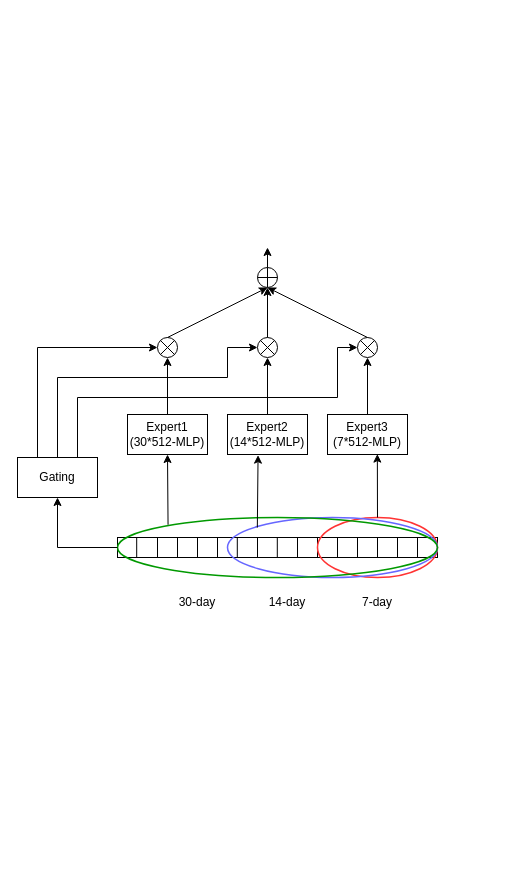
Above: 未命名绘图.drawio in HALF111/Research_figures (draw.io), before the change. Source tidied: cells renumbered, new cells numbered last; positions are measured from the earlier drawing's top-left corner, leaving out a move shared by most shapes. Both pictures are drawn from the tidied source at 100%, with x=0, y=0 at pixel (17, 247).
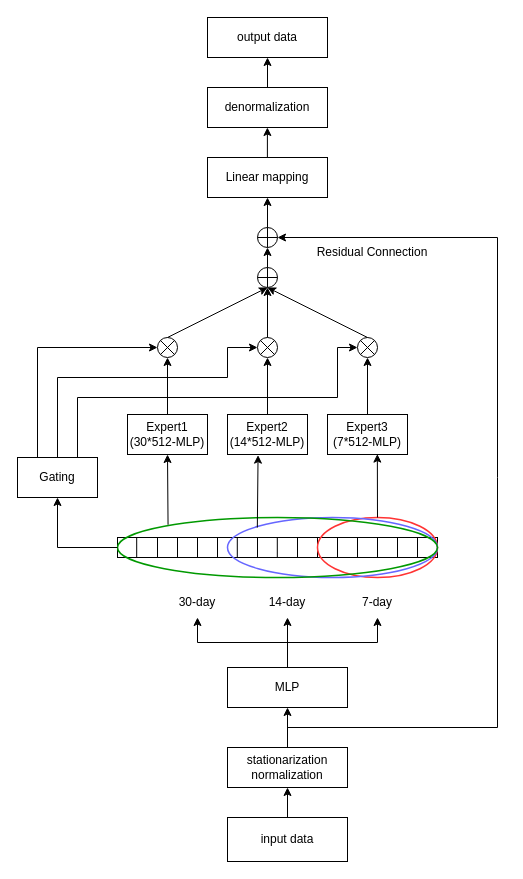
The same diagram, later.

Commit message:
更新未命名绘图.drawio

The change refers to these unchanged cells:
```xml
<mxCell id="21" value="7-day" style="text;html=1;strokeColor=none;fillColor=none;align=center;verticalAlign=middle;whiteSpace=wrap;rounded=0;" parent="1" vertex="1">
  <mxGeometry x="330" y="340" width="60" height="30" as="geometry" />
</mxCell>
<mxCell id="22" value="14-day" style="text;html=1;strokeColor=none;fillColor=none;align=center;verticalAlign=middle;whiteSpace=wrap;rounded=0;" parent="1" vertex="1">
  <mxGeometry x="240" y="340" width="60" height="30" as="geometry" />
</mxCell>
<mxCell id="23" value="30-day" style="text;html=1;strokeColor=none;fillColor=none;align=center;verticalAlign=middle;whiteSpace=wrap;rounded=0;" parent="1" vertex="1">
  <mxGeometry x="150" y="340" width="60" height="30" as="geometry" />
</mxCell>
<mxCell id="47" style="ellipse;whiteSpace=wrap;html=1;fillColor=none;direction=east;flipH=1;flipV=1;" parent="1" vertex="1">
  <mxGeometry x="240" y="20" width="20" height="20" as="geometry" />
</mxCell>
```

What changed in the source:
```diff
@@
-    <mxCell id="53" style="endArrow=classic;html=1;rounded=0;exitX=0.5;exitY=0;exitDx=0;exitDy=0;" parent="1" edge="1" source="47">
-      <mxGeometry relative="1" as="geometry">
-        <mxPoint x="250" as="targetPoint" />
-      </mxGeometry>
+    <mxCell id="53" style="endArrow=classic;html=1;rounded=0;exitX=0.5;exitY=0;exitDx=0;exitDy=0;entryX=0.5;entryY=1;entryDx=0;entryDy=0;" parent="1" edge="1" source="47" target="63">
+      <mxGeometry relative="1" as="geometry" />
     </mxCell>
+    <mxCell id="54" style="edgeStyle=orthogonalEdgeStyle;rounded=0;jettySize=auto;html=1;exitX=0.5;exitY=0;exitDx=0;exitDy=0;entryX=0.5;entryY=1;entryDx=0;entryDy=0;" parent="1" edge="1" source="55" target="23">
+      <mxGeometry relative="1" as="geometry" />
+    </mxCell>
+    <mxCell id="55" value="MLP" style="rounded=0;whiteSpace=wrap;html=1;" parent="1" vertex="1">
+      <mxGeometry x="210" y="420" width="120" height="40" as="geometry" />
+    </mxCell>
+    <mxCell id="56" style="edgeStyle=orthogonalEdgeStyle;rounded=0;jettySize=auto;html=1;exitX=0.5;exitY=0;exitDx=0;exitDy=0;entryX=0.5;entryY=1;entryDx=0;entryDy=0;" parent="1" edge="1" source="55" target="22">
+      <mxGeometry relative="1" as="geometry" />
+    </mxCell>
+    <mxCell id="57" style="edgeStyle=orthogonalEdgeStyle;rounded=0;jettySize=auto;html=1;exitX=0.5;exitY=0;exitDx=0;exitDy=0;entryX=0.5;entryY=1;entryDx=0;entryDy=0;" parent="1" edge="1" source="55" target="21">
+      <mxGeometry relative="1" as="geometry" />
+    </mxCell>
+    <mxCell id="58" value="stationarization normalization" style="rounded=0;whiteSpace=wrap;html=1;" parent="1" vertex="1">
+      <mxGeometry x="210" y="500" width="120" height="40" as="geometry" />
+    </mxCell>
+    <mxCell id="59" style="endArrow=classic;html=1;rounded=0;exitX=0.5;exitY=0;exitDx=0;exitDy=0;entryX=0.5;entryY=1;entryDx=0;entryDy=0;" parent="1" edge="1" source="58" target="55">
+      <mxGeometry relative="1" as="geometry" />
+    </mxCell>
+    <mxCell id="60" style="endArrow=classic;html=1;rounded=0;entryX=0.5;entryY=1;entryDx=0;entryDy=0;exitX=0.5;exitY=0;exitDx=0;exitDy=0;" parent="1" edge="1" source="61" target="58">
+      <mxGeometry relative="1" as="geometry" />
+    </mxCell>
+    <mxCell id="61" value="input data" style="rounded=0;whiteSpace=wrap;html=1;" parent="1" vertex="1">
+      <mxGeometry x="210" y="570" width="120" height="44" as="geometry" />
+    </mxCell>
+    <mxCell id="62" value="Linear mapping" style="rounded=0;whiteSpace=wrap;html=1;" parent="1" vertex="1">
+      <mxGeometry x="190" y="-90" width="120" height="40" as="geometry" />
+    </mxCell>
+    <mxCell id="63" style="ellipse;whiteSpace=wrap;html=1;fillColor=none;direction=east;flipH=1;flipV=1;" parent="1" vertex="1">
+      <mxGeometry x="240" y="-20" width="20" height="20" as="geometry" />
+    </mxCell>
+    <mxCell id="64" style="endArrow=none;html=1;rounded=0;exitX=0;exitY=0.5;exitDx=0;exitDy=0;entryX=1;entryY=0.5;entryDx=0;entryDy=0;" parent="1" edge="1" source="63" target="63">
+      <mxGeometry relative="1" as="geometry" />
+    </mxCell>
+    <mxCell id="65" style="endArrow=none;html=1;rounded=0;exitX=0.5;exitY=0;exitDx=0;exitDy=0;entryX=0.5;entryY=1;entryDx=0;entryDy=0;" parent="1" edge="1" source="63" target="63">
+      <mxGeometry relative="1" as="geometry" />
+    </mxCell>
+    <mxCell id="66" style="endArrow=classic;html=1;rounded=0;" parent="1" edge="1">
+      <mxGeometry relative="1" as="geometry">
+        <mxPoint x="270" y="480" as="sourcePoint" />
+        <mxPoint x="260" y="-10" as="targetPoint" />
+        <Array as="points">
+          <mxPoint x="480" y="480" />
+          <mxPoint x="480" y="230" />
+          <mxPoint x="480" y="-10" />
+        </Array>
+      </mxGeometry>
+    </mxCell>
+    <mxCell id="67" value="Residual Connection" style="text;html=1;strokeColor=none;fillColor=none;align=center;verticalAlign=middle;whiteSpace=wrap;rounded=0;" parent="1" vertex="1">
+      <mxGeometry x="260" y="-10" width="190" height="30" as="geometry" />
+    </mxCell>
+    <mxCell id="68" style="endArrow=classic;html=1;rounded=0;exitX=0.5;exitY=0;exitDx=0;exitDy=0;" parent="1" edge="1" source="63">
+      <mxGeometry relative="1" as="geometry">
+        <mxPoint x="250" y="-50" as="targetPoint" />
+      </mxGeometry>
+    </mxCell>
+    <mxCell id="69" value="denormalization" style="rounded=0;whiteSpace=wrap;html=1;" parent="1" vertex="1">
+      <mxGeometry x="190" y="-160" width="120" height="40" as="geometry" />
+    </mxCell>
+    <mxCell id="70" value="output data" style="rounded=0;whiteSpace=wrap;html=1;" parent="1" vertex="1">
+      <mxGeometry x="190" y="-230" width="120" height="40" as="geometry" />
+    </mxCell>
+    <mxCell id="71" style="endArrow=classic;html=1;rounded=0;exitX=0.5;exitY=0;exitDx=0;exitDy=0;" parent="1" edge="1">
+      <mxGeometry relative="1" as="geometry">
+        <mxPoint x="249.9" y="-90" as="sourcePoint" />
+        <mxPoint x="249.9" y="-120" as="targetPoint" />
+      </mxGeometry>
+    </mxCell>
+    <mxCell id="72" style="endArrow=classic;html=1;rounded=0;exitX=0.5;exitY=0;exitDx=0;exitDy=0;entryX=0.5;entryY=1;entryDx=0;entryDy=0;" parent="1" edge="1" source="69" target="70">
+      <mxGeometry relative="1" as="geometry" />
+    </mxCell>
```
